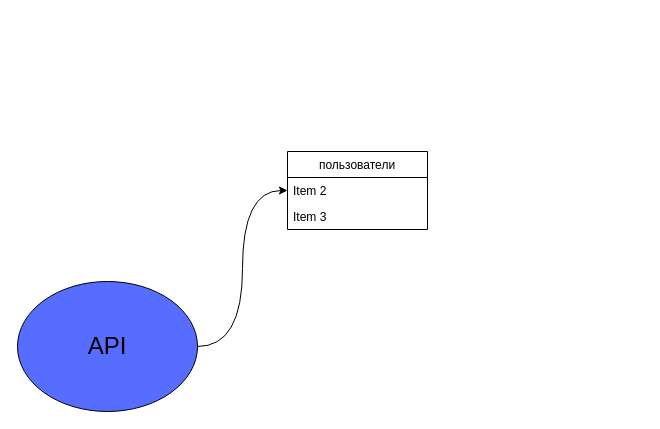
This is Untitled Diagram.drawio from tomafoks/my-mind, a draw.io file, before an edit. Source tidied: cells renumbered, new cells numbered last; positions are measured from the earlier drawing's top-left corner, leaving out a move shared by most shapes. Both pictures are drawn from the tidied source at 100%, with x=0, y=0 at pixel (17, 151).
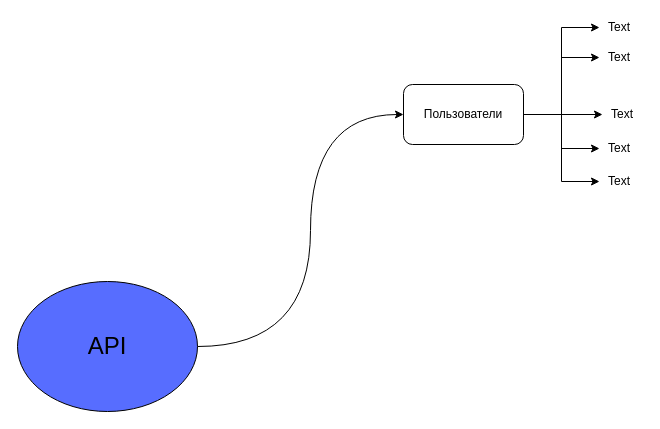
Above is the later version.

Diff of the diagram source:
```diff
@@
-<mxGraphModel>
+<mxGraphModel background="#ffffff">
   <root>
     <mxCell id="0" />
     <mxCell id="1" parent="0" />
-    <mxCell id="2" style="edgeStyle=orthogonalEdgeStyle;curved=1;rounded=0;jettySize=auto;html=1;entryX=0;entryY=0.5;entryDx=0;entryDy=0;" parent="1" edge="1" source="3" target="4">
-      <mxGeometry relative="1" as="geometry" />
+    <mxCell id="2" style="edgeStyle=orthogonalEdgeStyle;curved=1;rounded=0;jettySize=auto;html=1;" parent="1" edge="1" source="3" target="8">
+      <mxGeometry relative="1" as="geometry">
+        <Array as="points">
+          <mxPoint x="293" y="195" />
+        </Array>
+      </mxGeometry>
     </mxCell>
     <mxCell id="3" value="&lt;font style=&quot;font-size: 24px&quot;&gt;API&lt;/font&gt;" style="ellipse;whiteSpace=wrap;html=1;fillColor=#576DFF;" parent="1" vertex="1">
       <mxGeometry y="130" width="180" height="130" as="geometry" />
     </mxCell>
-    <mxCell id="4" value="пользователи" style="swimlane;fontStyle=0;horizontal=1;startSize=26;fillColor=#FFFFFF;" parent="1" vertex="1">
-      <mxGeometry x="270" width="140" height="78" as="geometry" />
-    </mxCell>
-    <mxCell id="5" value="Item 2" style="text;strokeColor=none;fillColor=none;align=left;verticalAlign=top;spacingLeft=4;spacingRight=4;overflow=hidden;" parent="4" vertex="1">
-      <mxGeometry y="26" width="140" height="26" as="geometry" />
-    </mxCell>
-    <mxCell id="6" value="Item 3" style="text;strokeColor=none;fillColor=none;align=left;verticalAlign=top;spacingLeft=4;spacingRight=4;overflow=hidden;" parent="4" vertex="1">
-      <mxGeometry y="52" width="140" height="26" as="geometry" />
-    </mxCell>
+    <mxCell id="7" style="edgeStyle=orthogonalEdgeStyle;rounded=0;jettySize=auto;html=1;entryX=0;entryY=0.5;entryDx=0;entryDy=0;" parent="1" edge="1" source="8" target="14">
+      <mxGeometry relative="1" as="geometry" />
+    </mxCell>
+    <mxCell id="8" value="Пользователи" style="rounded=1;whiteSpace=wrap;html=1;" parent="1" vertex="1">
+      <mxGeometry x="386" y="-67" width="120" height="60" as="geometry" />
+    </mxCell>
+    <mxCell id="9" style="edgeStyle=orthogonalEdgeStyle;rounded=0;jettySize=auto;html=1;entryX=0;entryY=0.5;entryDx=0;entryDy=0;" parent="1" edge="1" source="8" target="15">
+      <mxGeometry relative="1" as="geometry" />
+    </mxCell>
+    <mxCell id="10" style="edgeStyle=orthogonalEdgeStyle;rounded=0;jettySize=auto;html=1;entryX=0;entryY=0.5;entryDx=0;entryDy=0;" parent="1" edge="1" source="8" target="16">
+      <mxGeometry relative="1" as="geometry" />
+    </mxCell>
+    <mxCell id="11" style="edgeStyle=orthogonalEdgeStyle;rounded=0;jettySize=auto;html=1;entryX=0;entryY=0.5;entryDx=0;entryDy=0;" parent="1" edge="1" source="8" target="17">
+      <mxGeometry relative="1" as="geometry" />
+    </mxCell>
+    <mxCell id="12" style="edgeStyle=orthogonalEdgeStyle;rounded=0;jettySize=auto;html=1;entryX=0;entryY=0.5;entryDx=0;entryDy=0;" parent="1" edge="1" source="8" target="18">
+      <mxGeometry relative="1" as="geometry" />
+    </mxCell>
+    <mxCell id="13" style="group;" parent="1" vertex="1">
+      <mxGeometry x="582" y="-134" width="43" height="174" as="geometry" />
+    </mxCell>
+    <mxCell id="14" value="Text" style="text;html=1;strokeColor=none;fillColor=none;align=center;verticalAlign=middle;whiteSpace=wrap;rounded=0;" parent="13" vertex="1">
+      <mxGeometry width="40" height="20" as="geometry" />
+    </mxCell>
+    <mxCell id="15" value="Text" style="text;html=1;strokeColor=none;fillColor=none;align=center;verticalAlign=middle;whiteSpace=wrap;rounded=0;" parent="13" vertex="1">
+      <mxGeometry y="30" width="40" height="20" as="geometry" />
+    </mxCell>
+    <mxCell id="16" value="Text" style="text;html=1;strokeColor=none;fillColor=none;align=center;verticalAlign=middle;whiteSpace=wrap;rounded=0;" parent="13" vertex="1">
+      <mxGeometry x="3" y="87" width="40" height="20" as="geometry" />
+    </mxCell>
+    <mxCell id="17" value="Text" style="text;html=1;strokeColor=none;fillColor=none;align=center;verticalAlign=middle;whiteSpace=wrap;rounded=0;" parent="13" vertex="1">
+      <mxGeometry y="121" width="40" height="20" as="geometry" />
+    </mxCell>
+    <mxCell id="18" value="Text" style="text;html=1;strokeColor=none;fillColor=none;align=center;verticalAlign=middle;whiteSpace=wrap;rounded=0;" parent="13" vertex="1">
+      <mxGeometry y="154" width="40" height="20" as="geometry" />
+    </mxCell>
   </root>
 </mxGraphModel>
```
